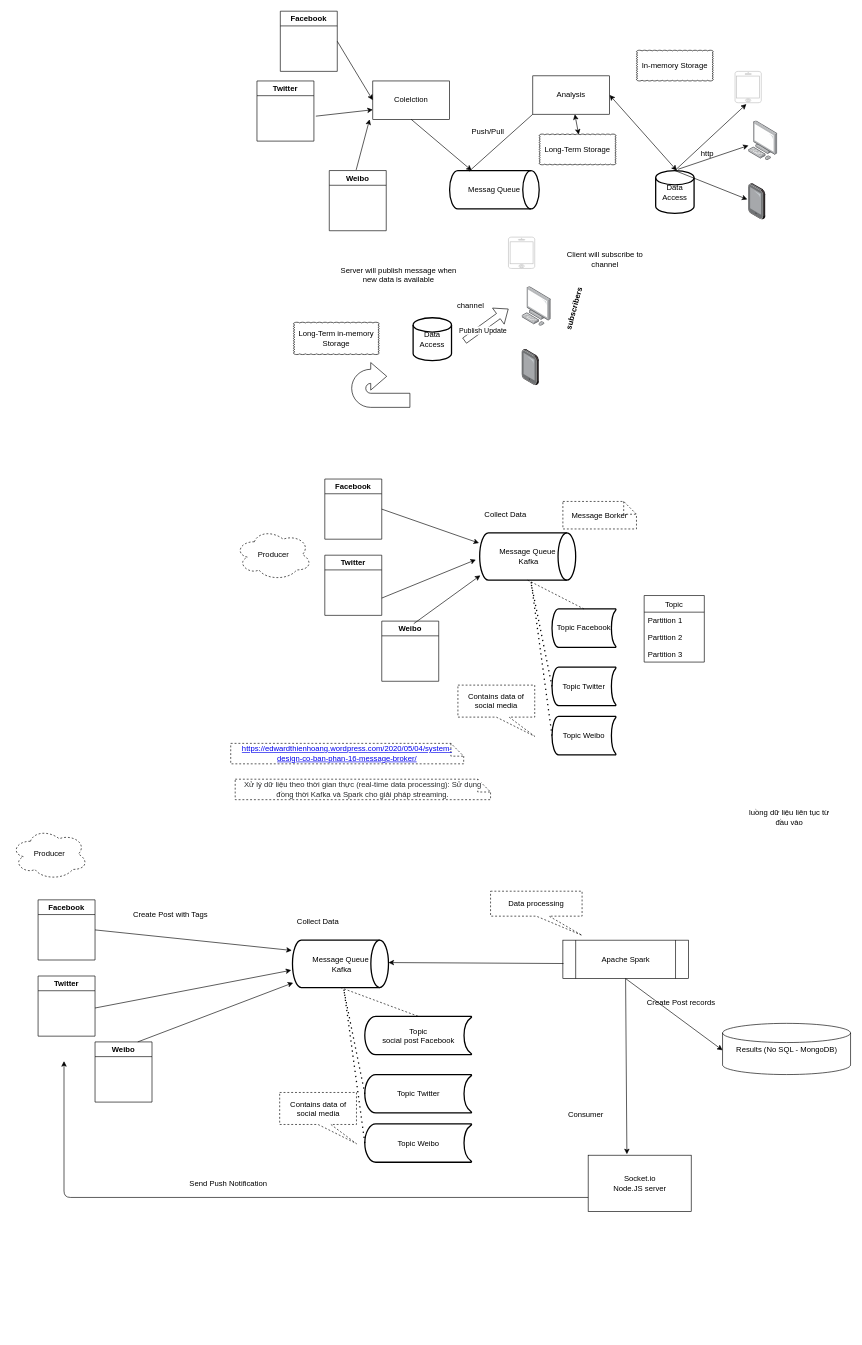
Before: Realtime-overview.drawio in tuankhoi2206/Draft-system-overview, a draw.io diagram. Source tidied: cells renumbered, new cells numbered last; positions are measured from the earlier drawing's top-left corner, leaving out a move shared by most shapes. Both pictures are drawn from the tidied source at 64%, with x=0, y=0 at pixel (11, 11).
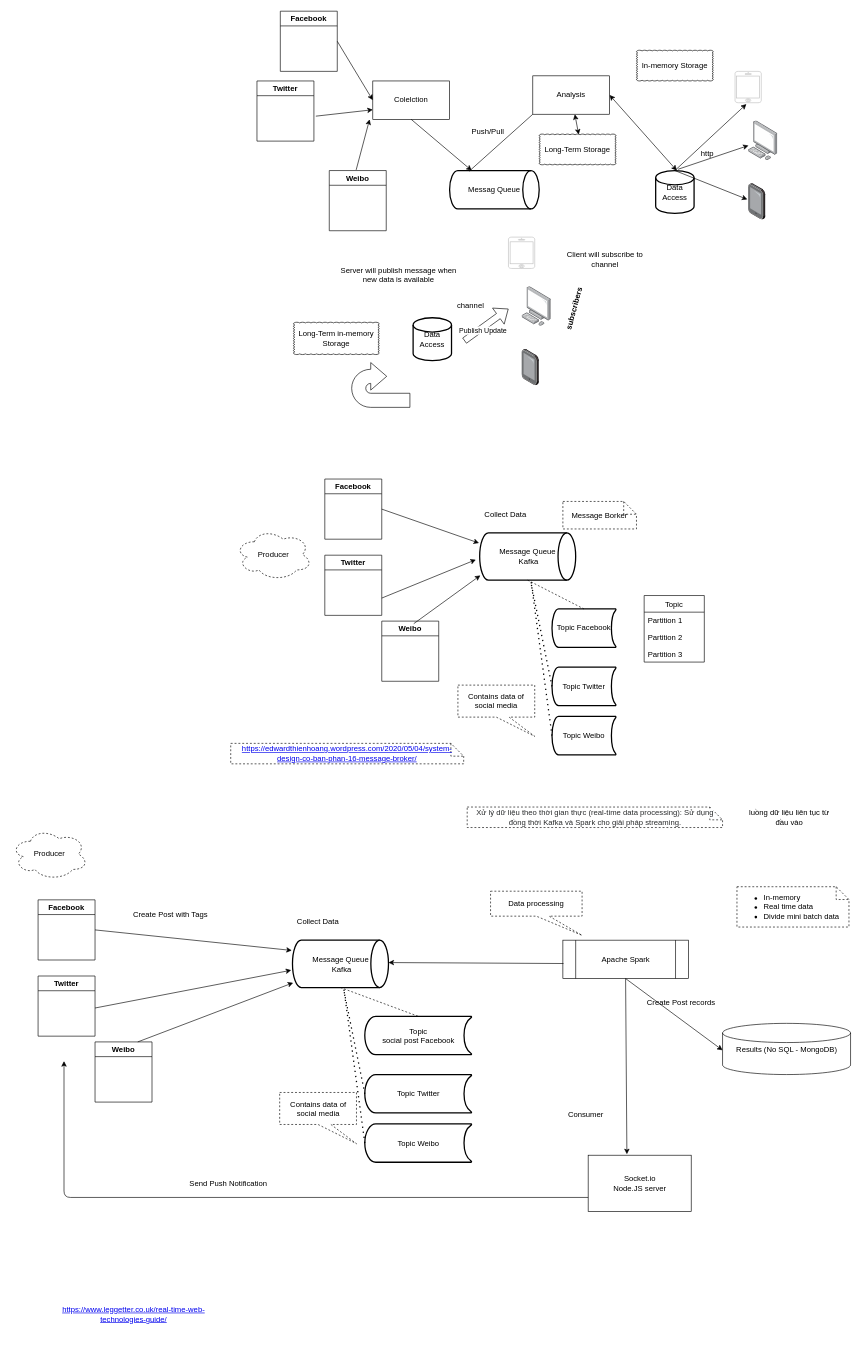
After the change.

Change to the diagram source:
```diff
@@
     <mxCell id="60" value="&lt;span style=&quot;color: rgb(41 , 43 , 44) ; font-family: &amp;#34;open sans&amp;#34; , , &amp;#34;blinkmacsystemfont&amp;#34; , &amp;#34;segoe ui&amp;#34; , &amp;#34;helvetica neue&amp;#34; , &amp;#34;arial&amp;#34; , sans-serif , &amp;#34;apple color emoji&amp;#34; , &amp;#34;segoe ui emoji&amp;#34; , &amp;#34;segoe ui symbol&amp;#34; ; text-align: left ; background-color: rgb(255 , 255 , 255)&quot;&gt;Xử lý dữ liệu theo thời gian thực (real-time data processing): Sử dụng đồng thời Kafka và Spark cho giải pháp streaming.&lt;/span&gt;" style="shape=note;size=20;whiteSpace=wrap;html=1;dashed=1;" parent="1" vertex="1">
-      <mxGeometry x="350" y="1200" width="399" height="32" as="geometry" />
+      <mxGeometry x="712.5" y="1243.5" width="399" height="32" as="geometry" />
     </mxCell>
@@
+    <mxCell id="90" value="&lt;ul&gt;&lt;li&gt;In-memory&lt;/li&gt;&lt;li&gt;Real time data&lt;/li&gt;&lt;li&gt;Divide mini batch data&lt;/li&gt;&lt;/ul&gt;" style="shape=note;size=20;whiteSpace=wrap;html=1;dashed=1;align=left;" parent="1" vertex="1">
+      <mxGeometry x="1134" y="1368" width="175" height="63" as="geometry" />
+    </mxCell>
+    <mxCell id="91" value="&lt;a href=&quot;https://www.leggetter.co.uk/real-time-web-technologies-guide/&quot;&gt;https://www.leggetter.co.uk/real-time-web-technologies-guide/&lt;/a&gt;" style="text;html=1;strokeColor=none;fillColor=none;align=center;verticalAlign=middle;whiteSpace=wrap;rounded=0;dashed=1;" parent="1" vertex="1">
+      <mxGeometry x="66.5" y="2005" width="248.5" height="62" as="geometry" />
+    </mxCell>
```
